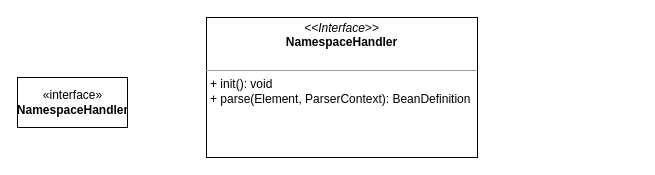
This is diagrams/springframework2.drawio from arxobject/spring_analysis, a draw.io file, before an edit. Source tidied: cells renumbered, new cells numbered last; positions are measured from the earlier drawing's top-left corner, leaving out a move shared by most shapes. Both pictures are drawn from the tidied source at 100%, with x=0, y=0 at pixel (17, 17).
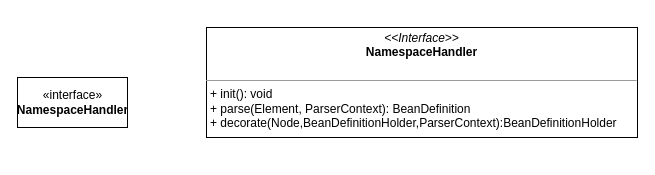
Above is the later version.

The edit, as a diff of the source:
```diff
@@
 <mxGraphModel>
   <root>
     <mxCell id="0" />
     <mxCell id="1" parent="0" />
     <mxCell id="2" value="«interface»&lt;br&gt;&lt;b&gt;NamespaceHandler&lt;/b&gt;" style="html=1;" parent="1" vertex="1">
       <mxGeometry y="60" width="110" height="50" as="geometry" />
     </mxCell>
-    <mxCell id="3" value="&lt;p style=&quot;margin: 0px ; margin-top: 4px ; text-align: center&quot;&gt;&lt;i&gt;&amp;lt;&amp;lt;Interface&amp;gt;&amp;gt;&lt;/i&gt;&lt;br&gt;&lt;b&gt;NamespaceHandler&lt;/b&gt;&lt;br&gt;&lt;/p&gt;&lt;p style=&quot;margin: 0px ; margin-left: 4px&quot;&gt;&lt;br&gt;&lt;/p&gt;&lt;hr size=&quot;1&quot;&gt;&lt;p style=&quot;margin: 0px ; margin-left: 4px&quot;&gt;+ init(): void&lt;br&gt;+ parse(Element, ParserContext): BeanDefinition&lt;/p&gt;" style="verticalAlign=top;align=left;overflow=fill;fontSize=12;fontFamily=Helvetica;html=1;" parent="1" vertex="1">
-      <mxGeometry x="189" width="271" height="140" as="geometry" />
+    <mxCell id="3" value="&lt;p style=&quot;margin: 0px ; margin-top: 4px ; text-align: center&quot;&gt;&lt;i&gt;&amp;lt;&amp;lt;Interface&amp;gt;&amp;gt;&lt;/i&gt;&lt;br&gt;&lt;b&gt;NamespaceHandler&lt;/b&gt;&lt;br&gt;&lt;/p&gt;&lt;p style=&quot;margin: 0px ; margin-left: 4px&quot;&gt;&lt;br&gt;&lt;/p&gt;&lt;hr size=&quot;1&quot;&gt;&lt;p style=&quot;margin: 0px ; margin-left: 4px&quot;&gt;+ init(): void&lt;br&gt;+ parse(Element, ParserContext): BeanDefinition&lt;/p&gt;&lt;p style=&quot;margin: 0px ; margin-left: 4px&quot;&gt;+ decorate(Node,BeanDefinitionHolder,ParserContext):BeanDefinitionHolder&lt;/p&gt;" style="verticalAlign=top;align=left;overflow=fill;fontSize=12;fontFamily=Helvetica;html=1;" parent="1" vertex="1">
+      <mxGeometry x="189" y="10" width="431" height="110" as="geometry" />
     </mxCell>
   </root>
 </mxGraphModel>
```
